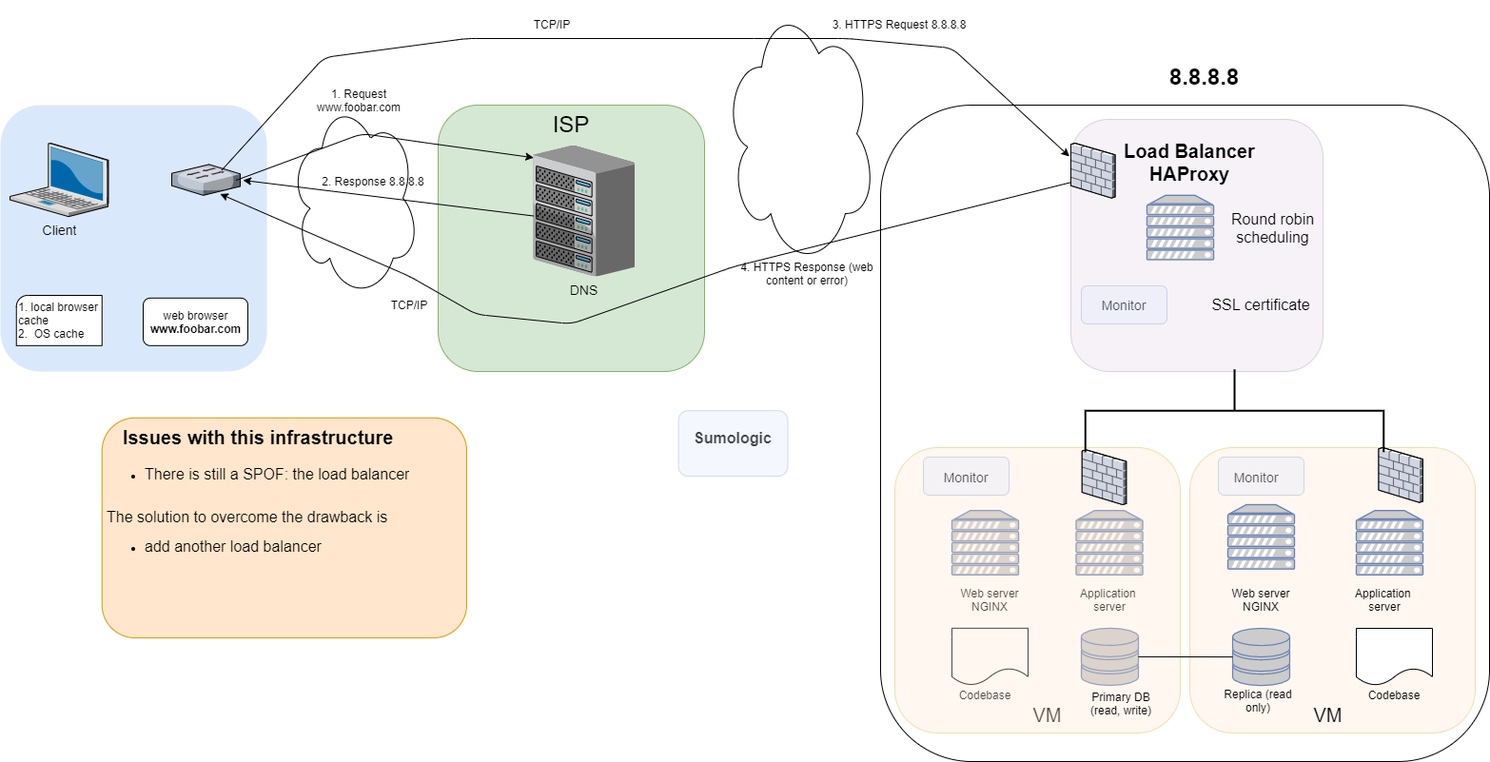
Earlier version of the draw.io export 0x09-web_infrastructure_design/images/2-secured_and_monitored_web_infrastructure.png (huy75/holberton-system_engineering-devops). Source tidied: cells renumbered, new cells last; positions are measured from the earlier drawing's top-left corner, leaving out a move shared by most shapes. Source of this version:
```xml
<mxGraphModel>
  <root>
    <mxCell id="0" />
    <mxCell id="1" parent="0" />
    <mxCell id="2" style="whiteSpace=wrap;html=1;fillColor=#dae8fc;fontSize=14;strokeColor=none;verticalAlign=top;rounded=1;" parent="1" vertex="1">
      <mxGeometry y="110" width="280" height="280" as="geometry" />
    </mxCell>
    <mxCell id="3" value="Client" style="verticalLabelPosition=bottom;html=1;verticalAlign=top;strokeColor=none;shape=mxgraph.citrix.laptop_2;fillColor=#66B2FF;gradientColor=#0066CC;fontSize=14;" parent="1" vertex="1">
      <mxGeometry x="10" y="150" width="103.5" height="77.2" as="geometry" />
    </mxCell>
    <mxCell id="4" style="verticalLabelPosition=bottom;verticalAlign=top;html=1;shape=mxgraph.basic.corner_round_rect;dx=6;" parent="1" vertex="1">
      <mxGeometry x="16.7" y="310" width="90" height="52.8" as="geometry" />
    </mxCell>
    <mxCell id="5" value="web browser&lt;br&gt;&lt;b&gt;www.foobar.com&lt;/b&gt;" style="html=1;rounded=1;" parent="1" vertex="1">
      <mxGeometry x="150" y="312.8" width="110" height="50" as="geometry" />
    </mxCell>
    <mxCell id="6" style="verticalLabelPosition=bottom;html=1;verticalAlign=top;strokeColor=none;shape=mxgraph.citrix.switch;fillColor=#66B2FF;gradientColor=#0066CC;fontSize=14;" parent="1" vertex="1">
      <mxGeometry x="180" y="172.4" width="72" height="32.5" as="geometry" />
    </mxCell>
    <mxCell id="7" style="ellipse;shape=cloud;whiteSpace=wrap;html=1;" parent="1" vertex="1">
      <mxGeometry x="304" y="102.8" width="136" height="210" as="geometry" />
    </mxCell>
    <mxCell id="8" value="&lt;font style=&quot;font-size: 24px&quot;&gt;ISP&lt;/font&gt;" style="whiteSpace=wrap;html=1;fillColor=#d5e8d4;fontSize=14;strokeColor=#82b366;verticalAlign=top;rounded=1;" parent="1" vertex="1">
      <mxGeometry x="460" y="110" width="280" height="280" as="geometry" />
    </mxCell>
    <mxCell id="9" value="DNS" style="verticalLabelPosition=bottom;html=1;verticalAlign=top;strokeColor=none;shape=mxgraph.citrix.chassis;fillColor=#66B2FF;gradientColor=#0066CC;fontSize=14;" parent="1" vertex="1">
      <mxGeometry x="560" y="152.4" width="106.6" height="137.7" as="geometry" />
    </mxCell>
    <mxCell id="10" style="endArrow=classic;html=1;exitX=0.939;exitY=0.513;exitDx=0;exitDy=0;exitPerimeter=0;entryX=0.003;entryY=0.094;entryDx=0;entryDy=0;entryPerimeter=0;" parent="1" edge="1" source="6" target="9">
      <mxGeometry relative="1" as="geometry">
        <Array as="points">
          <mxPoint x="380" y="140" />
          <mxPoint x="450" y="150" />
        </Array>
      </mxGeometry>
    </mxCell>
    <mxCell id="11" value="1. Request www.foobar.com" style="text;html=1;strokeColor=none;fillColor=none;align=center;verticalAlign=middle;whiteSpace=wrap;rounded=0;" parent="1" vertex="1">
      <mxGeometry x="304" y="90" width="146" height="30" as="geometry" />
    </mxCell>
    <mxCell id="12" style="whiteSpace=wrap;html=1;fontSize=14;verticalAlign=top;rounded=1;" parent="1" vertex="1">
      <mxGeometry x="925" y="110" width="640" height="690" as="geometry" />
    </mxCell>
    <mxCell id="13" style="ellipse;shape=cloud;whiteSpace=wrap;html=1;" parent="1" vertex="1">
      <mxGeometry x="760" width="160" height="280" as="geometry" />
    </mxCell>
    <mxCell id="14" style="fontColor=#0066CC;verticalAlign=top;verticalLabelPosition=bottom;labelPosition=center;align=center;html=1;fillColor=#CCCCCC;strokeColor=#6881B3;gradientColor=none;gradientDirection=north;strokeWidth=2;shape=mxgraph.networks.server;" parent="1" vertex="1">
      <mxGeometry x="1000" y="536.2" width="70" height="67.7" as="geometry" />
    </mxCell>
    <mxCell id="15" style="fontColor=#0066CC;verticalAlign=top;verticalLabelPosition=bottom;labelPosition=center;align=center;html=1;fillColor=#CCCCCC;strokeColor=#6881B3;gradientColor=none;gradientDirection=north;strokeWidth=2;shape=mxgraph.networks.server;" parent="1" vertex="1">
      <mxGeometry x="1130.5" y="536.2" width="70" height="67.7" as="geometry" />
    </mxCell>
    <mxCell id="16" style="fontColor=#0066CC;verticalAlign=top;verticalLabelPosition=bottom;labelPosition=center;align=center;html=1;outlineConnect=0;fillColor=#CCCCCC;strokeColor=#6881B3;gradientColor=none;gradientDirection=north;strokeWidth=2;shape=mxgraph.networks.storage;" parent="1" vertex="1">
      <mxGeometry x="1136" y="659.8" width="60" height="60.1" as="geometry" />
    </mxCell>
    <mxCell id="17" style="shape=document;whiteSpace=wrap;html=1;boundedLbl=1;" parent="1" vertex="1">
      <mxGeometry x="1000" y="659.8" width="80" height="60" as="geometry" />
    </mxCell>
    <mxCell id="18" value="Web server&lt;br&gt;NGINX" style="text;html=1;strokeColor=none;fillColor=none;align=center;verticalAlign=middle;whiteSpace=wrap;rounded=0;" parent="1" vertex="1">
      <mxGeometry x="995" y="620" width="90" height="20" as="geometry" />
    </mxCell>
    <mxCell id="19" value="Application&amp;nbsp; server" style="text;html=1;strokeColor=none;fillColor=none;align=center;verticalAlign=middle;whiteSpace=wrap;rounded=0;" parent="1" vertex="1">
      <mxGeometry x="1121" y="620" width="90" height="20" as="geometry" />
    </mxCell>
    <mxCell id="20" value="Codebase" style="text;html=1;strokeColor=none;fillColor=none;align=center;verticalAlign=middle;whiteSpace=wrap;rounded=0;" parent="1" vertex="1">
      <mxGeometry x="990" y="720" width="90" height="20" as="geometry" />
    </mxCell>
    <mxCell id="21" style="whiteSpace=wrap;html=1;fillColor=#e1d5e7;strokeColor=#9673a6;opacity=30;rounded=1;" parent="1" vertex="1">
      <mxGeometry x="1125" y="125" width="265" height="265" as="geometry" />
    </mxCell>
    <mxCell id="22" value="&lt;span style=&quot;font-weight: normal&quot;&gt;&lt;font style=&quot;font-size: 20px&quot;&gt;VM&lt;/font&gt;&lt;/span&gt;" style="text;strokeColor=none;fillColor=none;html=1;fontSize=24;fontStyle=1;verticalAlign=middle;align=center;" parent="1" vertex="1">
      <mxGeometry x="1050" y="730" width="100" height="40" as="geometry" />
    </mxCell>
    <mxCell id="23" style="endArrow=classic;html=1;entryX=-0.006;entryY=0.147;entryDx=0;entryDy=0;entryPerimeter=0;exitX=0.728;exitY=0.192;exitDx=0;exitDy=0;exitPerimeter=0;" parent="1" edge="1" source="6" target="21">
      <mxGeometry relative="1" as="geometry">
        <Array as="points">
          <mxPoint x="340" y="60" />
          <mxPoint x="490" y="40" />
          <mxPoint x="802" y="40" />
          <mxPoint x="890" y="40" />
          <mxPoint x="1000" y="50" />
        </Array>
      </mxGeometry>
    </mxCell>
    <mxCell id="24" value="3. HTTPS&amp;nbsp;&lt;span style=&quot;color: rgba(0 , 0 , 0 , 0) ; font-family: monospace ; font-size: 0px&quot;&gt;%3CmxGraphModel%3E%3Croot%3E%3CmxCell%20id%3D%220%22%2F%3E%3CmxCell%20id%3D%221%22%20parent%3D%220%22%2F%3E%3CmxCell%20id%3D%222%22%20value%3D%224.%20HTTP%20Response%20(web%20content%20or%20error)%22%20style%3D%22text%3Bhtml%3D1%3BstrokeColor%3Dnone%3BfillColor%3Dnone%3Balign%3Dcenter%3BverticalAlign%3Dmiddle%3BwhiteSpace%3Dwrap%3Brounded%3D0%3B%22%20vertex%3D%221%22%20parent%3D%221%22%3E%3CmxGeometry%20x%3D%22885%22%20y%3D%22792.4799999999999%22%20width%3D%22146%22%20height%3D%2230%22%20as%3D%22geometry%22%2F%3E%3C%2FmxCell%3E%3C%2Froot%3E%3C%2FmxGraphModel%3E&lt;/span&gt;Request 8.8.8.8" style="text;html=1;strokeColor=none;fillColor=none;align=center;verticalAlign=middle;whiteSpace=wrap;rounded=0;" parent="1" vertex="1">
      <mxGeometry x="860" y="10" width="170" height="30" as="geometry" />
    </mxCell>
    <mxCell id="25" style="endArrow=classic;html=1;exitX=0;exitY=0.25;exitDx=0;exitDy=0;entryX=0.706;entryY=0.956;entryDx=0;entryDy=0;entryPerimeter=0;" parent="1" edge="1" source="21" target="6">
      <mxGeometry relative="1" as="geometry">
        <Array as="points">
          <mxPoint x="770" y="280" />
          <mxPoint x="600" y="340" />
          <mxPoint x="500" y="330" />
          <mxPoint x="430" y="290" />
        </Array>
      </mxGeometry>
    </mxCell>
    <mxCell id="26" value="&lt;h1 style=&quot;text-align: center&quot;&gt;&lt;font style=&quot;font-size: 20px&quot;&gt;Issues with this infrastructure&lt;/font&gt;&lt;/h1&gt;&lt;p style=&quot;font-size: 16px&quot;&gt;&lt;/p&gt;&lt;ul&gt;&lt;li&gt;&lt;font style=&quot;font-size: 16px&quot;&gt;There is still a SPOF: the load balancer&lt;/font&gt;&lt;/li&gt;&lt;/ul&gt;&lt;p&gt;&lt;/p&gt;&lt;br&gt;&lt;span style=&quot;font-size: 16px&quot;&gt;The solution to overcome the drawback is&lt;/span&gt;&lt;br&gt;&lt;ul&gt;&lt;li&gt;&lt;font style=&quot;font-size: 16px&quot;&gt;add another load balancer&lt;/font&gt;&lt;/li&gt;&lt;/ul&gt;" style="text;html=1;strokeColor=#d79b00;fillColor=#ffe6cc;spacing=5;spacingTop=-20;whiteSpace=wrap;overflow=hidden;rounded=1;" parent="1" vertex="1">
      <mxGeometry x="106.7" y="438.8" width="383.3" height="231.2" as="geometry" />
    </mxCell>
    <mxCell id="27" style="whiteSpace=wrap;html=1;fillColor=#ffe6cc;strokeColor=#d79b00;opacity=30;rounded=1;" parent="1" vertex="1">
      <mxGeometry x="1250" y="470" width="300" height="300" as="geometry" />
    </mxCell>
    <mxCell id="28" value="&lt;span style=&quot;font-weight: normal&quot;&gt;&lt;font style=&quot;font-size: 20px&quot;&gt;VM&lt;/font&gt;&lt;/span&gt;" style="text;strokeColor=none;fillColor=none;html=1;fontSize=24;fontStyle=1;verticalAlign=middle;align=center;" parent="1" vertex="1">
      <mxGeometry x="1345" y="730" width="100" height="40" as="geometry" />
    </mxCell>
    <mxCell id="29" style="fontColor=#0066CC;verticalAlign=top;verticalLabelPosition=bottom;labelPosition=center;align=center;html=1;fillColor=#CCCCCC;strokeColor=#6881B3;gradientColor=none;gradientDirection=north;strokeWidth=2;shape=mxgraph.networks.server;" parent="1" vertex="1">
      <mxGeometry x="1290" y="530" width="70" height="67.7" as="geometry" />
    </mxCell>
    <mxCell id="30" style="fontColor=#0066CC;verticalAlign=top;verticalLabelPosition=bottom;labelPosition=center;align=center;html=1;fillColor=#CCCCCC;strokeColor=#6881B3;gradientColor=none;gradientDirection=north;strokeWidth=2;shape=mxgraph.networks.server;" parent="1" vertex="1">
      <mxGeometry x="1425" y="536.2" width="70" height="67.7" as="geometry" />
    </mxCell>
    <mxCell id="31" style="shape=document;whiteSpace=wrap;html=1;boundedLbl=1;" parent="1" vertex="1">
      <mxGeometry x="1425" y="660" width="80" height="60" as="geometry" />
    </mxCell>
    <mxCell id="32" style="fontColor=#0066CC;verticalAlign=top;verticalLabelPosition=bottom;labelPosition=center;align=center;html=1;outlineConnect=0;fillColor=#CCCCCC;strokeColor=#6881B3;gradientColor=none;gradientDirection=north;strokeWidth=2;shape=mxgraph.networks.storage;" parent="1" vertex="1">
      <mxGeometry x="1295" y="660" width="60" height="60.1" as="geometry" />
    </mxCell>
    <mxCell id="33" value="Web server&lt;br&gt;NGINX" style="text;html=1;strokeColor=none;fillColor=none;align=center;verticalAlign=middle;whiteSpace=wrap;rounded=0;" parent="1" vertex="1">
      <mxGeometry x="1280" y="620" width="90" height="20" as="geometry" />
    </mxCell>
    <mxCell id="34" value="Application&amp;nbsp; server" style="text;html=1;strokeColor=none;fillColor=none;align=center;verticalAlign=middle;whiteSpace=wrap;rounded=0;" parent="1" vertex="1">
      <mxGeometry x="1410" y="620" width="90" height="20" as="geometry" />
    </mxCell>
    <mxCell id="35" value="Codebase" style="text;html=1;strokeColor=none;fillColor=none;align=center;verticalAlign=middle;whiteSpace=wrap;rounded=0;" parent="1" vertex="1">
      <mxGeometry x="1420" y="720" width="90" height="20" as="geometry" />
    </mxCell>
    <mxCell id="36" style="whiteSpace=wrap;html=1;fillColor=#ffe6cc;strokeColor=#d79b00;opacity=30;rounded=1;" parent="1" vertex="1">
      <mxGeometry x="940" y="470" width="300" height="300" as="geometry" />
    </mxCell>
    <mxCell id="37" style="fontColor=#0066CC;verticalAlign=top;verticalLabelPosition=bottom;labelPosition=center;align=center;html=1;fillColor=#CCCCCC;strokeColor=#6881B3;gradientColor=none;gradientDirection=north;strokeWidth=2;shape=mxgraph.networks.server;" parent="1" vertex="1">
      <mxGeometry x="1205" y="204.8" width="70" height="67.7" as="geometry" />
    </mxCell>
    <mxCell id="38" value="&lt;font style=&quot;font-size: 20px&quot;&gt;&lt;b&gt;Load Balancer&lt;br&gt;HAProxy&lt;br&gt;&lt;/b&gt;&lt;/font&gt;" style="text;html=1;strokeColor=none;fillColor=none;align=center;verticalAlign=middle;whiteSpace=wrap;rounded=0;opacity=30;" parent="1" vertex="1">
      <mxGeometry x="1175" y="160" width="150" height="20" as="geometry" />
    </mxCell>
    <mxCell id="39" style="endArrow=none;html=1;entryX=0;entryY=0.5;entryDx=0;entryDy=0;entryPerimeter=0;exitX=1;exitY=0.5;exitDx=0;exitDy=0;exitPerimeter=0;" parent="1" edge="1" source="16" target="32">
      <mxGeometry relative="1" as="geometry" />
    </mxCell>
    <mxCell id="40" value="&lt;font style=&quot;font-size: 16px&quot;&gt;Round robin scheduling&lt;/font&gt;" style="text;html=1;strokeColor=none;fillColor=none;align=center;verticalAlign=middle;whiteSpace=wrap;rounded=0;opacity=30;" parent="1" vertex="1">
      <mxGeometry x="1280" y="212.2" width="115" height="52.8" as="geometry" />
    </mxCell>
    <mxCell id="41" style="verticalLabelPosition=bottom;html=1;verticalAlign=top;strokeColor=none;shape=mxgraph.citrix.firewall;fillColor=#66B2FF;gradientColor=#0066CC;fontSize=14;" parent="1" vertex="1">
      <mxGeometry x="1125" y="150" width="46.5" height="57.6" as="geometry" />
    </mxCell>
    <mxCell id="42" style="verticalLabelPosition=bottom;html=1;verticalAlign=top;strokeColor=none;shape=mxgraph.citrix.firewall;fillColor=#66B2FF;gradientColor=#0066CC;fontSize=14;" parent="1" vertex="1">
      <mxGeometry x="1136.8" y="472.4" width="46.5" height="57.6" as="geometry" />
    </mxCell>
    <mxCell id="43" style="verticalLabelPosition=bottom;html=1;verticalAlign=top;strokeColor=none;shape=mxgraph.citrix.firewall;fillColor=#66B2FF;gradientColor=#0066CC;fontSize=14;" parent="1" vertex="1">
      <mxGeometry x="1448.5" y="470" width="46.5" height="57.6" as="geometry" />
    </mxCell>
    <mxCell id="44" value="&lt;font style=&quot;font-size: 16px&quot;&gt;SSL certificate&lt;/font&gt;" style="text;html=1;strokeColor=none;fillColor=none;align=center;verticalAlign=middle;whiteSpace=wrap;rounded=0;opacity=30;" parent="1" vertex="1">
      <mxGeometry x="1250" y="310" width="150" height="20" as="geometry" />
    </mxCell>
    <mxCell id="45" value="&lt;font style=&quot;font-size: 14px&quot;&gt;Monitor&lt;/font&gt;" style="text;html=1;strokeColor=none;fillColor=none;align=center;verticalAlign=middle;whiteSpace=wrap;rounded=0;opacity=30;" parent="1" vertex="1">
      <mxGeometry x="1160.5" y="310" width="40" height="20" as="geometry" />
    </mxCell>
    <mxCell id="46" value="&lt;font style=&quot;font-size: 14px&quot;&gt;Monitor&lt;/font&gt;" style="text;html=1;strokeColor=none;fillColor=none;align=center;verticalAlign=middle;whiteSpace=wrap;rounded=0;opacity=30;" parent="1" vertex="1">
      <mxGeometry x="995" y="491.2" width="40" height="20" as="geometry" />
    </mxCell>
    <mxCell id="47" value="&lt;font style=&quot;font-size: 14px&quot;&gt;Monitor&lt;/font&gt;" style="text;html=1;strokeColor=none;fillColor=none;align=center;verticalAlign=middle;whiteSpace=wrap;rounded=0;opacity=30;" parent="1" vertex="1">
      <mxGeometry x="1300" y="491.2" width="40" height="20" as="geometry" />
    </mxCell>
    <mxCell id="48" style="rounded=1;whiteSpace=wrap;html=1;fillColor=#dae8fc;opacity=30;strokeColor=#6c8ebf;" parent="1" vertex="1">
      <mxGeometry x="1280" y="480" width="90" height="40" as="geometry" />
    </mxCell>
    <mxCell id="49" style="rounded=1;whiteSpace=wrap;html=1;fillColor=#dae8fc;opacity=30;strokeColor=#6c8ebf;" parent="1" vertex="1">
      <mxGeometry x="970" y="480" width="90" height="40" as="geometry" />
    </mxCell>
    <mxCell id="50" style="rounded=1;whiteSpace=wrap;html=1;fillColor=#dae8fc;opacity=30;strokeColor=#6c8ebf;" parent="1" vertex="1">
      <mxGeometry x="1136" y="300" width="90" height="40" as="geometry" />
    </mxCell>
    <mxCell id="51" value="&lt;font style=&quot;font-size: 16px&quot;&gt;&lt;b&gt;Sumologic&lt;/b&gt;&lt;/font&gt;" style="text;html=1;strokeColor=none;fillColor=none;align=center;verticalAlign=middle;whiteSpace=wrap;rounded=0;opacity=30;" parent="1" vertex="1">
      <mxGeometry x="730" y="450" width="80" height="20" as="geometry" />
    </mxCell>
    <mxCell id="52" style="rounded=1;whiteSpace=wrap;html=1;fillColor=#dae8fc;opacity=30;strokeColor=#6c8ebf;" parent="1" vertex="1">
      <mxGeometry x="712.5" y="431.2" width="115" height="68.8" as="geometry" />
    </mxCell>
    <mxCell id="53" style="endArrow=classic;html=1;exitX=0.004;exitY=0.539;exitDx=0;exitDy=0;exitPerimeter=0;" parent="1" edge="1" source="9">
      <mxGeometry relative="1" as="geometry">
        <mxPoint x="255" y="189" as="targetPoint" />
      </mxGeometry>
    </mxCell>
    <mxCell id="54" value="2. Response 8.8.8.8" style="text;html=1;strokeColor=none;fillColor=none;align=center;verticalAlign=middle;whiteSpace=wrap;rounded=0;" parent="1" vertex="1">
      <mxGeometry x="314" y="174.8" width="156" height="30" as="geometry" />
    </mxCell>
    <mxCell id="55" value="4. HTTPS Response (web content or error)" style="text;html=1;strokeColor=none;fillColor=none;align=center;verticalAlign=middle;whiteSpace=wrap;rounded=0;" parent="1" vertex="1">
      <mxGeometry x="775" y="272.5" width="146" height="30" as="geometry" />
    </mxCell>
    <mxCell id="56" value="8.8.8.8" style="text;strokeColor=none;fillColor=none;html=1;fontSize=24;fontStyle=1;verticalAlign=middle;align=center;" parent="1" vertex="1">
      <mxGeometry x="1190" y="60" width="150" height="40" as="geometry" />
    </mxCell>
    <mxCell id="57" value="Replica (read only)" style="text;html=1;strokeColor=none;fillColor=none;align=center;verticalAlign=middle;whiteSpace=wrap;rounded=0;" parent="1" vertex="1">
      <mxGeometry x="1277" y="726.2" width="90" height="20" as="geometry" />
    </mxCell>
    <mxCell id="58" value="Primary DB (read, write)" style="text;html=1;strokeColor=none;fillColor=none;align=center;verticalAlign=middle;whiteSpace=wrap;rounded=0;" parent="1" vertex="1">
      <mxGeometry x="1133" y="729" width="90" height="20" as="geometry" />
    </mxCell>
    <mxCell id="59" value="TCP/IP" style="text;html=1;strokeColor=none;fillColor=none;align=center;verticalAlign=middle;whiteSpace=wrap;rounded=0;" parent="1" vertex="1">
      <mxGeometry x="560" y="15" width="40" height="20" as="geometry" />
    </mxCell>
    <mxCell id="60" value="TCP/IP" style="text;html=1;strokeColor=none;fillColor=none;align=center;verticalAlign=middle;whiteSpace=wrap;rounded=0;" parent="1" vertex="1">
      <mxGeometry x="410" y="310" width="40" height="20" as="geometry" />
    </mxCell>
    <mxCell id="61" style="strokeWidth=2;html=1;shape=mxgraph.flowchart.annotation_2;align=left;labelPosition=right;rotation=90;" parent="1" vertex="1">
      <mxGeometry x="1253.6" y="274.5" width="87" height="313.6" as="geometry" />
    </mxCell>
    <mxCell id="62" value="1. local browser cache&lt;br&gt;2.&amp;nbsp; OS cache" style="text;html=1;strokeColor=none;fillColor=none;align=left;verticalAlign=middle;whiteSpace=wrap;rounded=0;" parent="1" vertex="1">
      <mxGeometry x="16.7" y="311.4" width="103.3" height="50" as="geometry" />
    </mxCell>
  </root>
</mxGraphModel>
```
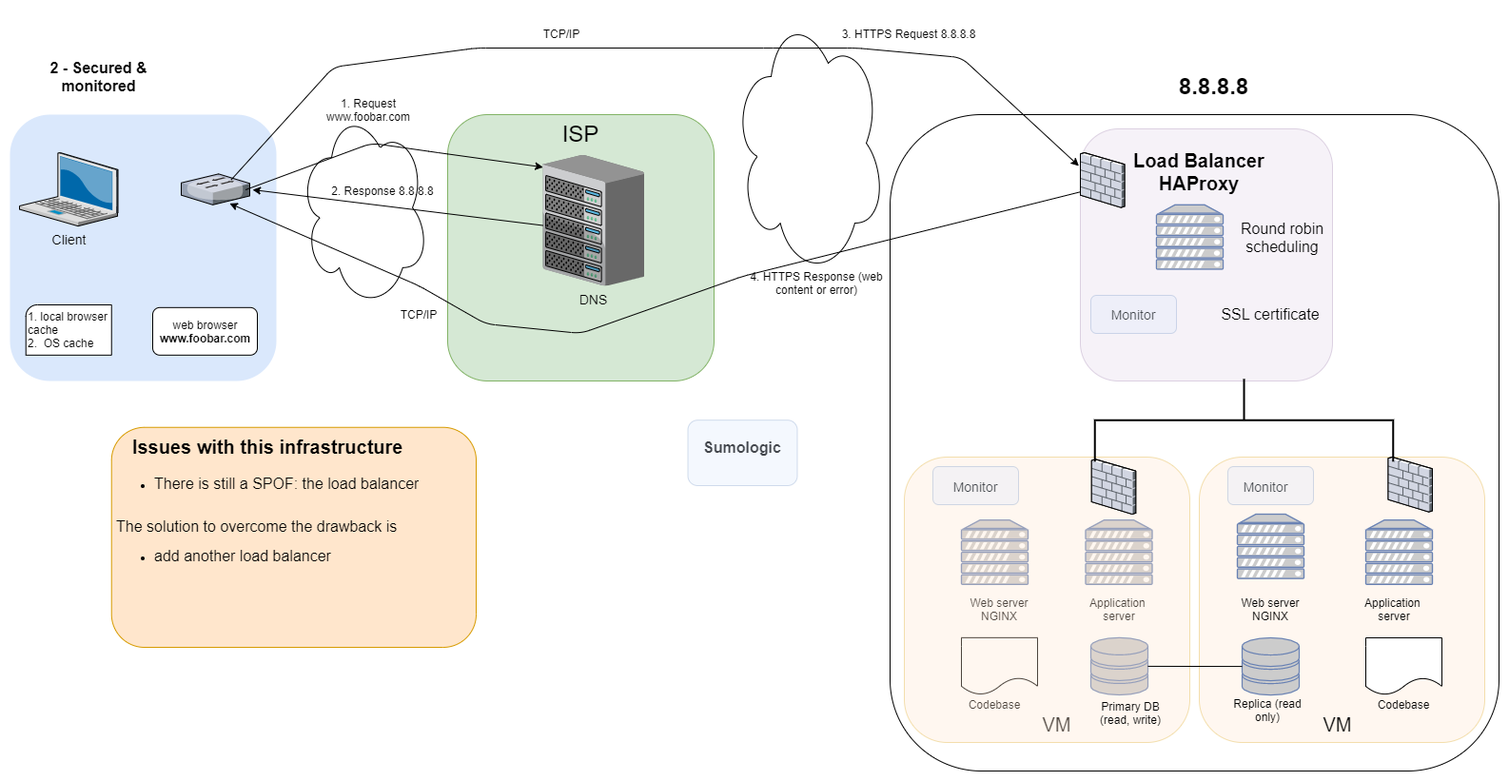
After the change.

The edit, as a diff of the source:
```diff
@@ -207,5 +207,8 @@
     <mxCell id="62" value="1. local browser cache&lt;br&gt;2.&amp;nbsp; OS cache" style="text;html=1;strokeColor=none;fillColor=none;align=left;verticalAlign=middle;whiteSpace=wrap;rounded=0;" parent="1" vertex="1">
       <mxGeometry x="16.7" y="311.4" width="103.3" height="50" as="geometry" />
     </mxCell>
+    <mxCell id="63" value="&lt;font style=&quot;font-size: 16px&quot;&gt;&lt;b&gt;2 - Secured &amp;amp; monitored&lt;/b&gt;&lt;/font&gt;" style="text;html=1;strokeColor=none;fillColor=none;align=center;verticalAlign=middle;whiteSpace=wrap;rounded=0;" parent="1" vertex="1">
+      <mxGeometry x="16.7" y="60" width="153.3" height="20" as="geometry" />
+    </mxCell>
   </root>
 </mxGraphModel>
```
